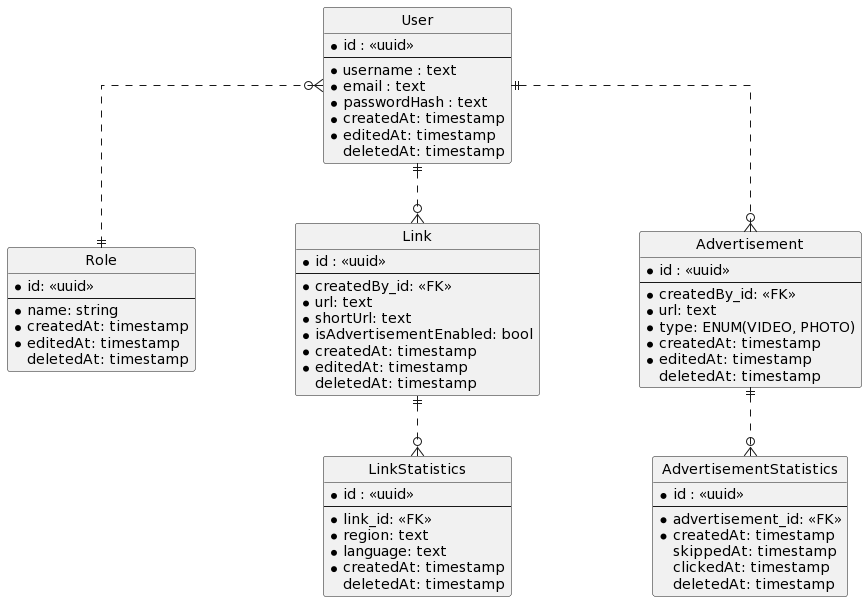
Before: diagrams/shortener_erd.png, a diagram exported from PlantUML (MichaelaLodnanova/Analytical-link-shortener).
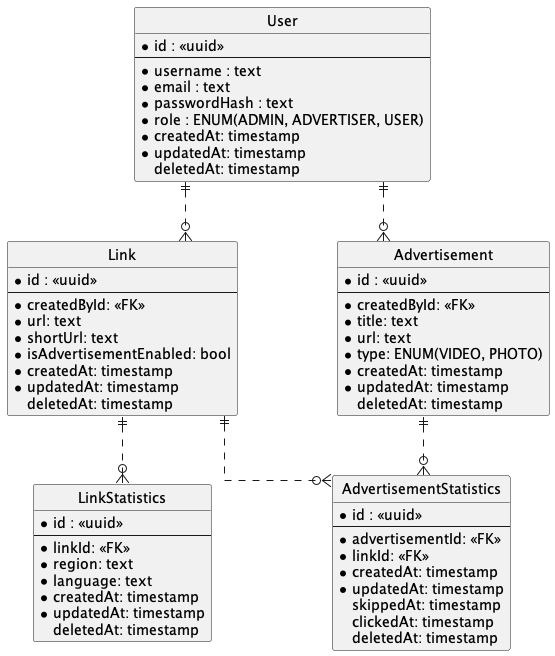
Later version of the same file.

What changed in the source:
```diff
@@ -1,18 +1,9 @@
-@startuml
+@startuml shortener
+
 hide circle
 skinparam Linetype ortho
 skinparam Ranksep 60
 skinparam Nodesep 100
-
-
-entity "Role" as role {
-    * id: <<uuid>>
-    ---
-    * name: string
-    * createdAt: timestamp
-    * editedAt: timestamp
-    deletedAt: timestamp
-}
 
 entity "User" as user {
   *id : <<uuid>>
@@ -20,58 +11,63 @@
   * username : text
   * email : text
   * passwordHash : text
+  * role : ENUM(ADMIN, ADVERTISER, USER)
   * createdAt: timestamp
-  * editedAt: timestamp
+  * updatedAt: timestamp
   deletedAt: timestamp
 }
 
 entity "Link" as link {
   *id : <<uuid>>
   --
-  * createdBy_id: <<FK>>
+  * createdById: <<FK>>
   * url: text
   * shortUrl: text
   * isAdvertisementEnabled: bool
   * createdAt: timestamp
-  * editedAt: timestamp
+  * updatedAt: timestamp
   deletedAt: timestamp
 }
 
 entity "LinkStatistics" as linkStats {
   *id : <<uuid>>
   --
-  * link_id: <<FK>>
+  * linkId: <<FK>>
   * region: text
   * language: text
   * createdAt: timestamp
+  * updatedAt: timestamp
   deletedAt: timestamp
 }
 
 entity "Advertisement" as ad {
   *id : <<uuid>>
   --
-  * createdBy_id: <<FK>>
+  * createdById: <<FK>>
+  * title: text
   * url: text
   * type: ENUM(VIDEO, PHOTO)
   * createdAt: timestamp
-  * editedAt: timestamp
+  * updatedAt: timestamp
   deletedAt: timestamp
 }
 
 entity "AdvertisementStatistics" as adStats {
   *id : <<uuid>>
   --
-  * advertisement_id: <<FK>>
+  * advertisementId: <<FK>>
+  * linkId: <<FK>>
   * createdAt: timestamp
+  * updatedAt: timestamp
   skippedAt: timestamp
   clickedAt: timestamp
   deletedAt: timestamp
 }
 
-user }o..|| role
 user ||..o{ link
 user ||..o{ ad
 
 ad ||..o{ adStats
 link ||..o{ linkStats
+link ||..o{ adStats
 @enduml
```
